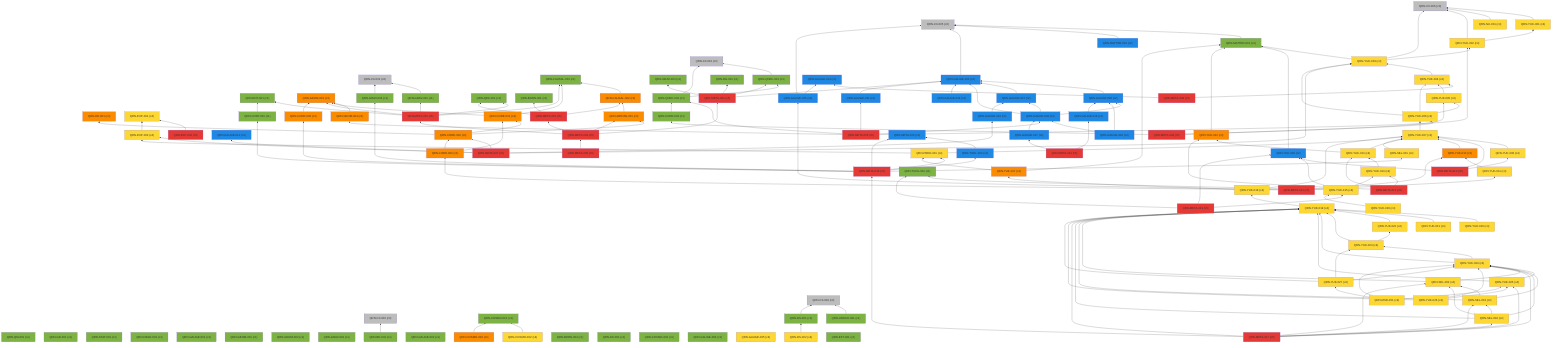
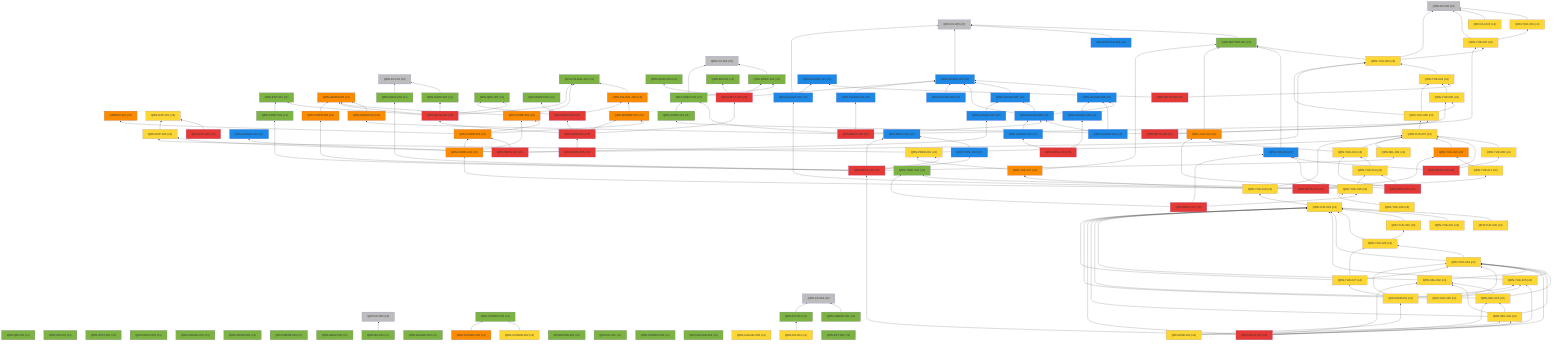
%% 自動生成 (dag/report.pl) — QRN 主張依存グラフ
graph BT
  QRN_C0_001["QRN-C0-001 (c0)"]:::c0
  QRN_C0_002["QRN-C0-002 (c0)"]:::c0
  QRN_C0_003["QRN-C0-003 (c0)"]:::c0
  QRN_C0_004["QRN-C0-004 (c0)"]:::c0
  QRN_C0_005["QRN-C0-005 (c0)"]:::c0
  QRN_C0_006["QRN-C0-006 (c0)"]:::c0
  QRN_QM_001["QRN-QM-001 (c1)"]:::c1
  QRN_GR_001["QRN-GR-001 (c1)"]:::c1
  QRN_STAT_001["QRN-STAT-001 (c1)"]:::c1
  QRN_FIELD_001["QRN-FIELD-001 (c1)"]:::c1
  QRN_GAUGE_001["QRN-GAUGE-001 (c1)"]:::c1
  QRN_ENT_001["QRN-ENT-001 (c1)"]:::c1
  QRN_GEOM_001["QRN-GEOM-001 (c1)"]:::c1
  QRN_GEOM_002["QRN-GEOM-002 (c1)"]:::c1
  QRN_GEOM_003["QRN-GEOM-003 (c3)"]:::c3
  QRN_GRAV_001["QRN-GRAV-001 (c1)"]:::c1
  QRN_GRAV_002["QRN-GRAV-002 (c1)"]:::c1
  QRN_BH_001["QRN-BH-001 (c1)"]:::c1
  QRN_CAUSAL_001["QRN-CAUSAL-001 (c1)"]:::c1
  QRN_CAUSAL_002["QRN-CAUSAL-002 (c3)"]:::c3
  QRN_ER_001["QRN-ER-001 (c3)"]:::c3
  QRN_QEC_001["QRN-QEC-001 (c1)"]:::c1
  QRN_GAUGE_002["QRN-GAUGE-002 (c1)"]:::c1
  QRN_COSMO_001["QRN-COSMO-001 (c1)"]:::c1
  QRN_COSMO_002["QRN-COSMO-002 (c4)"]:::c4
  QRN_COSMO_003["QRN-COSMO-003 (c3)"]:::c3
  QRN_BORN_001["QRN-BORN-001 (c1)"]:::c1
  QRN_BORN_002["QRN-BORN-002 (c1)"]:::c1
  QRN_GRAV_003["QRN-GRAV-003 (c1)"]:::c1
  QRN_KK_001["QRN-KK-001 (c1)"]:::c1
  QRN_MATTER_001["QRN-MATTER-001 (c1)"]:::c1
  QRN_MATTER_002["QRN-MATTER-002 (c2)"]:::c2
  QRN_COSMO_004["QRN-COSMO-004 (c1)"]:::c1
  QRN_EXP_001["QRN-EXP-001 (c4)"]:::c4
  QRN_GAUGE_003["QRN-GAUGE-003 (c2)"]:::c2
  QRN_GAUGE_004["QRN-GAUGE-004 (c1)"]:::c1
  QRN_GAUGE_005["QRN-GAUGE-005 (c4)"]:::c4
  QRN_YUK_001["QRN-YUK-001 (c4)"]:::c4
  QRN_RG_001["QRN-RG-001 (c1)"]:::c1
  QRN_UNRUH_001["QRN-UNRUH-001 (c1)"]:::c1
  QRN_QNEC_001["QRN-QNEC-001 (c1)"]:::c1
  QRN_NU_001["QRN-NU-001 (c4)"]:::c4
  QRN_GAUGE_006["QRN-GAUGE-006 (c2)"]:::c2
  QRN_DS_001["QRN-DS-001 (c1)"]:::c1
  QRN_DS_002["QRN-DS-002 (c4)"]:::c4
  QRN_ARROW_001["QRN-ARROW-001 (c3)"]:::c3
  QRN_GAUGE_007["QRN-GAUGE-007 (c2)"]:::c2
  QRN_EFT_001["QRN-EFT-001 (c1)"]:::c1
  QRN_GAUGE_008["QRN-GAUGE-008 (c2)"]:::c2
  QRN_GAUGE_009["QRN-GAUGE-009 (c2)"]:::c2
  QRN_GAUGE_010["QRN-GAUGE-010 (c2)"]:::c2
  QRN_QNEC_002["QRN-QNEC-002 (c1)"]:::c1
  QRN_GEOM_004["QRN-GEOM-004 (c3)"]:::c3
  QRN_YUK_002["QRN-YUK-002 (c4)"]:::c4
  QRN_EXP_002["QRN-EXP-002 (c5)"]:::c5
  QRN_CORE_001["QRN-CORE-001 (c3)"]:::c3
  QRN_GAUGE_011["QRN-GAUGE-011 (c2)"]:::c2
  QRN_GAUGE_012["QRN-GAUGE-012 (c2)"]:::c2
  QRN_YUK_003["QRN-YUK-003 (c4)"]:::c4
  QRN_EXP_003["QRN-EXP-003 (c4)"]:::c4
  QRN_CORE_002["QRN-CORE-002 (c3)"]:::c3
  QRN_GAUGE_013["QRN-GAUGE-013 (c2)"]:::c2
  QRN_YUK_004["QRN-YUK-004 (c4)"]:::c4
  QRN_GAUGE_014["QRN-GAUGE-014 (c2)"]:::c2
  QRN_META_001["QRN-META-001 (c5)"]:::c5
  QRN_META_002["QRN-META-002 (c5)"]:::c5
  QRN_META_003["QRN-META-003 (c5)"]:::c5
  QRN_META_004["QRN-META-004 (c5)"]:::c5
  QRN_META_005["QRN-META-005 (c5)"]:::c5
  QRN_META_006["QRN-META-006 (c5)"]:::c5
  QRN_META_007["QRN-META-007 (c5)"]:::c5
  QRN_META_008["QRN-META-008 (c5)"]:::c5
  QRN_YUK_005["QRN-YUK-005 (c4)"]:::c4
  QRN_YUK_006["QRN-YUK-006 (c4)"]:::c4
  QRN_CORE_003["QRN-CORE-003 (c1)"]:::c1
  QRN_META_009["QRN-META-009 (c5)"]:::c5
  QRN_YUK_007["QRN-YUK-007 (c4)"]:::c4
  QRN_YUK_008["QRN-YUK-008 (c4)"]:::c4
  QRN_YUK_009["QRN-YUK-009 (c2)"]:::c2
  QRN_META_010["QRN-META-010 (c5)"]:::c5
  QRN_GAUGE_015["QRN-GAUGE-015 (c2)"]:::c2
  QRN_YUK_010["QRN-YUK-010 (c3)"]:::c3
  QRN_YUK_011["QRN-YUK-011 (c4)"]:::c4
  QRN_CORE_004["QRN-CORE-004 (c3)"]:::c3
  QRN_META_011["QRN-META-011 (c5)"]:::c5
  QRN_YUK_012["QRN-YUK-012 (c3)"]:::c3
  QRN_YUK_013["QRN-YUK-013 (c4)"]:::c4
  QRN_YUK_014["QRN-YUK-014 (c4)"]:::c4
  QRN_META_012["QRN-META-012 (c5)"]:::c5
  QRN_TOOL_001["QRN-TOOL-001 (c1)"]:::c1
  QRN_YUK_015["QRN-YUK-015 (c4)"]:::c4
  QRN_META_013["QRN-META-013 (c5)"]:::c5
  QRN_GAUGE_016["QRN-GAUGE-016 (c2)"]:::c2
  QRN_GAUGE_017["QRN-GAUGE-017 (c2)"]:::c2
  QRN_META_014["QRN-META-014 (c5)"]:::c5
  QRN_META_015["QRN-META-015 (c2)"]:::c2
  QRN_TOOL_002["QRN-TOOL-002 (c2)"]:::c2
  QRN_CORE_005["QRN-CORE-005 (c3)"]:::c3
  QRN_CONT_001["QRN-CONT-001 (c1)"]:::c1
  QRN_SEL_001["QRN-SEL-001 (c4)"]:::c4
  QRN_GRAV_004["QRN-GRAV-004 (c1)"]:::c1
  QRN_PRED_001["QRN-PRED-001 (c4)"]:::c4
  QRN_META_016["QRN-META-016 (c5)"]:::c5
  QRN_YUK_016["QRN-YUK-016 (c4)"]:::c4
  QRN_YUK_017["QRN-YUK-017 (c3)"]:::c3
  QRN_YUK_018["QRN-YUK-018 (c4)"]:::c4
  QRN_YUK_019["QRN-YUK-019 (c4)"]:::c4
  QRN_YUK_020["QRN-YUK-020 (c4)"]:::c4
  QRN_YUK_021["QRN-YUK-021 (c4)"]:::c4
  QRN_YUK_022["QRN-YUK-022 (c4)"]:::c4
  QRN_YUK_023["QRN-YUK-023 (c4)"]:::c4
  QRN_YUK_024["QRN-YUK-024 (c4)"]:::c4
  QRN_YUK_025["QRN-YUK-025 (c4)"]:::c4
  QRN_SEL_002["QRN-SEL-002 (c4)"]:::c4
  QRN_SEL_003["QRN-SEL-003 (c4)"]:::c4
  QRN_SEL_004["QRN-SEL-004 (c4)"]:::c4
  QRN_META_017["QRN-META-017 (c5)"]:::c5
  QRN_YUK_026["QRN-YUK-026 (c4)"]:::c4
  QRN_YUK_027["QRN-YUK-027 (c4)"]:::c4
  QRN_MSR_001["QRN-MSR-001 (c4)"]:::c4
+   QRN_MSR_002["QRN-MSR-002 (c4)"]:::c4
  QRN_GRAV_001 --> QRN_C0_001
  QRN_BH_001 --> QRN_C0_003
  QRN_CAUSAL_002 --> QRN_CAUSAL_001
  QRN_COSMO_002 --> QRN_COSMO_001
  QRN_COSMO_003 --> QRN_COSMO_001
  QRN_MATTER_001 --> QRN_C0_005
  QRN_MATTER_002 --> QRN_C0_005
  QRN_GAUGE_003 --> QRN_C0_005
  QRN_YUK_001 --> QRN_C0_006
  QRN_UNRUH_001 --> QRN_C0_004
  QRN_QNEC_001 --> QRN_C0_002
  QRN_NU_001 --> QRN_C0_006
  QRN_GAUGE_006 --> QRN_GAUGE_003
  QRN_DS_001 --> QRN_C0_004
  QRN_DS_002 --> QRN_DS_001
  QRN_ARROW_001 --> QRN_CAUSAL_002
  QRN_GAUGE_007 --> QRN_GAUGE_003
  QRN_GAUGE_008 --> QRN_GAUGE_003
  QRN_GAUGE_008 --> QRN_GAUGE_006
  QRN_GAUGE_008 --> QRN_GAUGE_007
  QRN_GAUGE_009 --> QRN_GAUGE_003
  QRN_GAUGE_010 --> QRN_GAUGE_006
  QRN_GAUGE_010 --> QRN_GAUGE_008
  QRN_QNEC_002 --> QRN_C0_002
  QRN_QNEC_002 --> QRN_QNEC_001
  QRN_GEOM_004 --> QRN_GEOM_003
  QRN_YUK_002 --> QRN_C0_006
  QRN_YUK_002 --> QRN_YUK_001
  QRN_EXP_002 --> QRN_EXP_001
  QRN_CORE_001 --> QRN_GEOM_003
  QRN_CORE_001 --> QRN_CAUSAL_001
  QRN_GAUGE_011 --> QRN_GAUGE_003
  QRN_YUK_003 --> QRN_C0_006
  QRN_YUK_003 --> QRN_MATTER_001
  QRN_YUK_003 --> QRN_YUK_002
  QRN_EXP_003 --> QRN_EXP_001
  QRN_CORE_002 --> QRN_CORE_001
  QRN_CORE_002 --> QRN_ER_001
  QRN_CORE_002 --> QRN_ARROW_001
  QRN_GAUGE_013 --> QRN_GAUGE_007
  QRN_YUK_004 --> QRN_YUK_003
  QRN_META_001 --> QRN_GEOM_003
  QRN_META_001 --> QRN_GRAV_001
  QRN_META_001 --> QRN_CAUSAL_001
  QRN_META_001 --> QRN_QEC_001
  QRN_META_001 --> QRN_ENT_001
  QRN_META_002 --> QRN_QEC_001
  QRN_META_002 --> QRN_BORN_001
  QRN_META_002 --> QRN_CAUSAL_002
  QRN_META_003 --> QRN_GAUGE_003
  QRN_META_003 --> QRN_RG_001
  QRN_META_003 --> QRN_QNEC_001
  QRN_META_003 --> QRN_GRAV_003
  QRN_META_004 --> QRN_META_001
  QRN_META_004 --> QRN_META_002
  QRN_META_004 --> QRN_META_003
  QRN_META_004 --> QRN_ARROW_001
  QRN_META_005 --> QRN_META_004
  QRN_META_006 --> QRN_GAUGE_008
  QRN_META_006 --> QRN_QNEC_002
  QRN_META_006 --> QRN_GEOM_004
  QRN_META_006 --> QRN_YUK_002
  QRN_META_006 --> QRN_GAUGE_011
  QRN_META_007 --> QRN_GAUGE_012
  QRN_META_007 --> QRN_YUK_003
  QRN_META_007 --> QRN_EXP_003
  QRN_META_007 --> QRN_CORE_002
  QRN_META_007 --> QRN_GAUGE_013
  QRN_META_008 --> QRN_YUK_004
  QRN_META_008 --> QRN_GAUGE_014
  QRN_YUK_005 --> QRN_YUK_004
  QRN_YUK_006 --> QRN_YUK_003
  QRN_YUK_006 --> QRN_YUK_004
  QRN_YUK_006 --> QRN_YUK_005
  QRN_CORE_003 --> QRN_QNEC_002
  QRN_META_009 --> QRN_YUK_005
  QRN_META_009 --> QRN_YUK_006
  QRN_META_009 --> QRN_CORE_003
  QRN_YUK_007 --> QRN_YUK_006
  QRN_YUK_008 --> QRN_YUK_007
  QRN_YUK_009 --> QRN_MATTER_001
  QRN_META_010 --> QRN_YUK_007
  QRN_META_010 --> QRN_YUK_008
  QRN_META_010 --> QRN_YUK_009
  QRN_GAUGE_015 --> QRN_C0_005
  QRN_GAUGE_015 --> QRN_GAUGE_014
  QRN_YUK_010 --> QRN_YUK_007
  QRN_YUK_011 --> QRN_YUK_010
  QRN_CORE_004 --> QRN_CORE_001
  QRN_CORE_004 --> QRN_CORE_002
  QRN_META_011 --> QRN_GAUGE_015
  QRN_META_011 --> QRN_YUK_010
  QRN_META_011 --> QRN_YUK_011
  QRN_META_011 --> QRN_CORE_004
  QRN_YUK_012 --> QRN_MATTER_001
  QRN_YUK_013 --> QRN_YUK_012
  QRN_YUK_013 --> QRN_YUK_007
  QRN_YUK_014 --> QRN_YUK_013
  QRN_META_012 --> QRN_YUK_012
  QRN_META_012 --> QRN_YUK_013
  QRN_META_012 --> QRN_YUK_014
  QRN_YUK_015 --> QRN_YUK_014
  QRN_YUK_015 --> QRN_TOOL_001
  QRN_YUK_015 --> QRN_YUK_009
  QRN_META_013 --> QRN_YUK_015
  QRN_META_013 --> QRN_TOOL_001
  QRN_META_013 --> QRN_YUK_009
  QRN_GAUGE_016 --> QRN_GAUGE_006
  QRN_GAUGE_017 --> QRN_GAUGE_008
  QRN_META_014 --> QRN_GAUGE_016
  QRN_META_014 --> QRN_GAUGE_017
  QRN_TOOL_002 --> QRN_META_015
  QRN_CORE_005 --> QRN_GEOM_003
  QRN_CONT_001 --> QRN_ENT_001
  QRN_SEL_001 --> QRN_YUK_007
  QRN_GRAV_004 --> QRN_C0_001
  QRN_PRED_001 --> QRN_YUK_007
  QRN_PRED_001 --> QRN_EXP_003
  QRN_META_016 --> QRN_META_015
  QRN_META_016 --> QRN_TOOL_002
  QRN_META_016 --> QRN_CORE_005
  QRN_META_016 --> QRN_CONT_001
  QRN_META_016 --> QRN_SEL_001
  QRN_META_016 --> QRN_GRAV_004
  QRN_META_016 --> QRN_PRED_001
  QRN_YUK_016 --> QRN_YUK_015
  QRN_YUK_017 --> QRN_MATTER_001
  QRN_YUK_017 --> QRN_PRED_001
  QRN_YUK_018 --> QRN_YUK_017
  QRN_YUK_018 --> QRN_YUK_007
  QRN_YUK_019 --> QRN_YUK_018
  QRN_YUK_020 --> QRN_YUK_019
  QRN_YUK_021 --> QRN_YUK_019
  QRN_YUK_022 --> QRN_YUK_019
  QRN_YUK_023 --> QRN_YUK_019
  QRN_YUK_023 --> QRN_YUK_022
  QRN_YUK_024 --> QRN_YUK_019
  QRN_YUK_024 --> QRN_YUK_023
  QRN_YUK_025 --> QRN_YUK_019
  QRN_YUK_025 --> QRN_YUK_024
  QRN_SEL_002 --> QRN_YUK_019
  QRN_SEL_002 --> QRN_YUK_024
  QRN_SEL_003 --> QRN_YUK_019
  QRN_SEL_003 --> QRN_YUK_024
  QRN_SEL_003 --> QRN_SEL_002
  QRN_SEL_004 --> QRN_YUK_019
  QRN_SEL_004 --> QRN_YUK_024
  QRN_SEL_004 --> QRN_SEL_002
  QRN_SEL_004 --> QRN_SEL_003
  QRN_META_017 --> QRN_META_016
  QRN_META_017 --> QRN_YUK_019
  QRN_META_017 --> QRN_YUK_024
  QRN_META_017 --> QRN_YUK_025
  QRN_META_017 --> QRN_SEL_002
  QRN_META_017 --> QRN_SEL_003
  QRN_META_017 --> QRN_SEL_004
  QRN_YUK_026 --> QRN_YUK_019
  QRN_YUK_026 --> QRN_YUK_024
  QRN_YUK_026 --> QRN_YUK_025
  QRN_YUK_027 --> QRN_YUK_019
  QRN_YUK_027 --> QRN_YUK_023
  QRN_YUK_027 --> QRN_YUK_024
  QRN_MSR_001 --> QRN_YUK_024
  QRN_MSR_001 --> QRN_YUK_025
  QRN_MSR_001 --> QRN_YUK_027
+   QRN_MSR_002 --> QRN_SEL_004
+   QRN_MSR_002 --> QRN_MSR_001
  classDef c0 fill:#bdbdbd
  classDef c1 fill:#7cb342
  classDef c2 fill:#1e88e5
  classDef c3 fill:#fb8c00
  classDef c4 fill:#fdd835
  classDef c5 fill:#e53935
